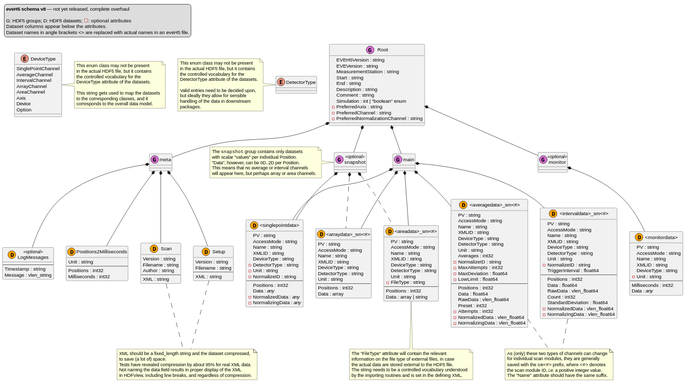
Earlier version of the PlantUML export docs/uml/eveh5-v8.svg (tillbiskup/evedata).
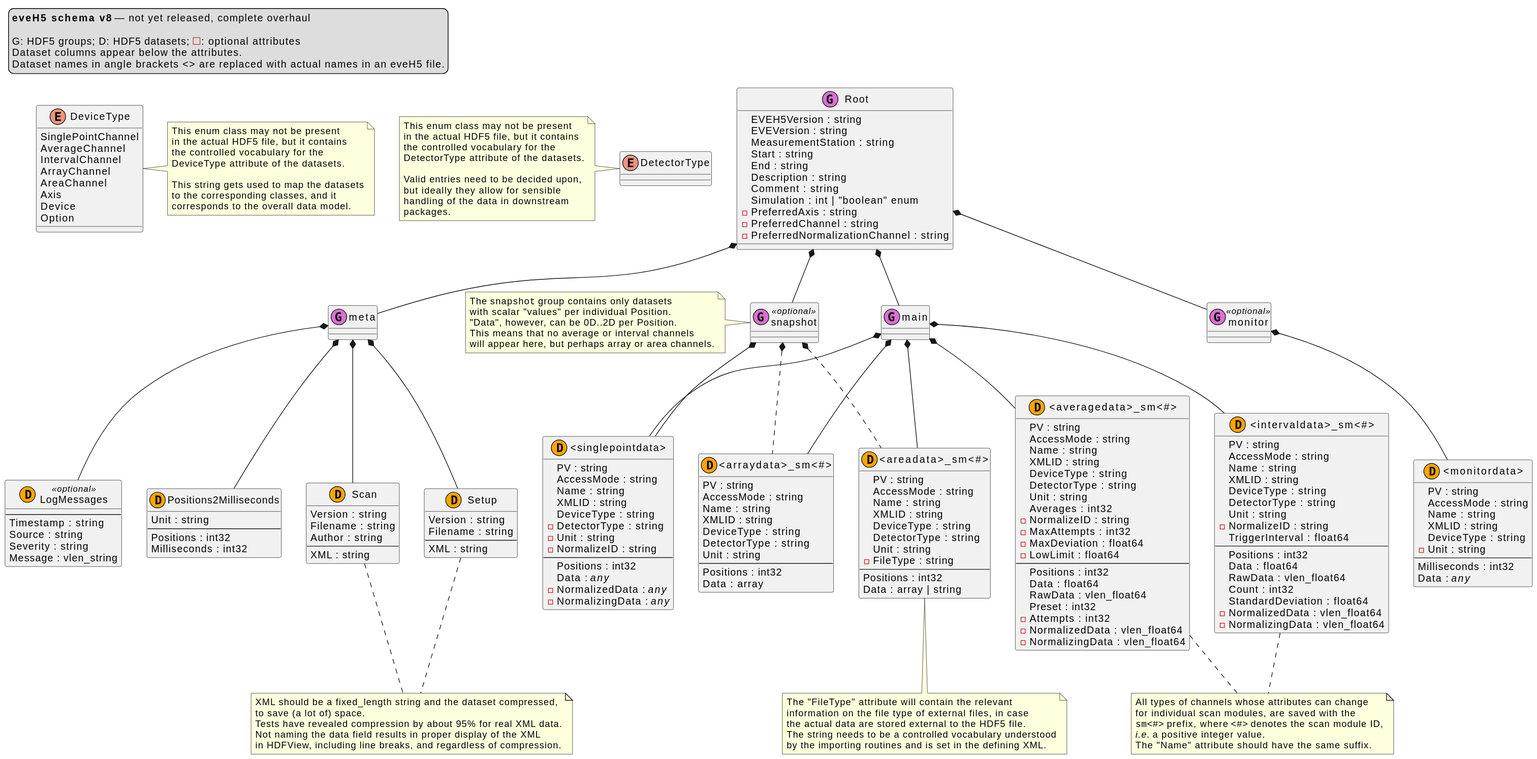
After the commit.

Commit message:
Update eveH5 scheme: new attributes in LogMessages; update note

Diff of the diagram source:
```diff
@@ -157,10 +157,10 @@
 }
 
 note as sm_channel_note
-    As (only) these two types of channels can change
-    for individual scan modules, they are generally
-    saved with the ""sm<#>"" prefix, where ""<#>"" denotes
-    the scan module ID, <i>i.e.</i> a positive integer value.
+    All types of channels whose attributes can change
+    for individual scan modules, are saved with the
+    ""sm<#>"" prefix, where ""<#>"" denotes the scan module ID,
+    <i>i.e.</i> a positive integer value.
     The "Name" attribute should have the same suffix.
 end note
 
@@ -227,6 +227,8 @@
 class LogMessages << (D,orange) >> <<optional>> {
     --
     Timestamp : string
+    Source : string
+    Severity : string
     Message : vlen_string
 }
 
```
